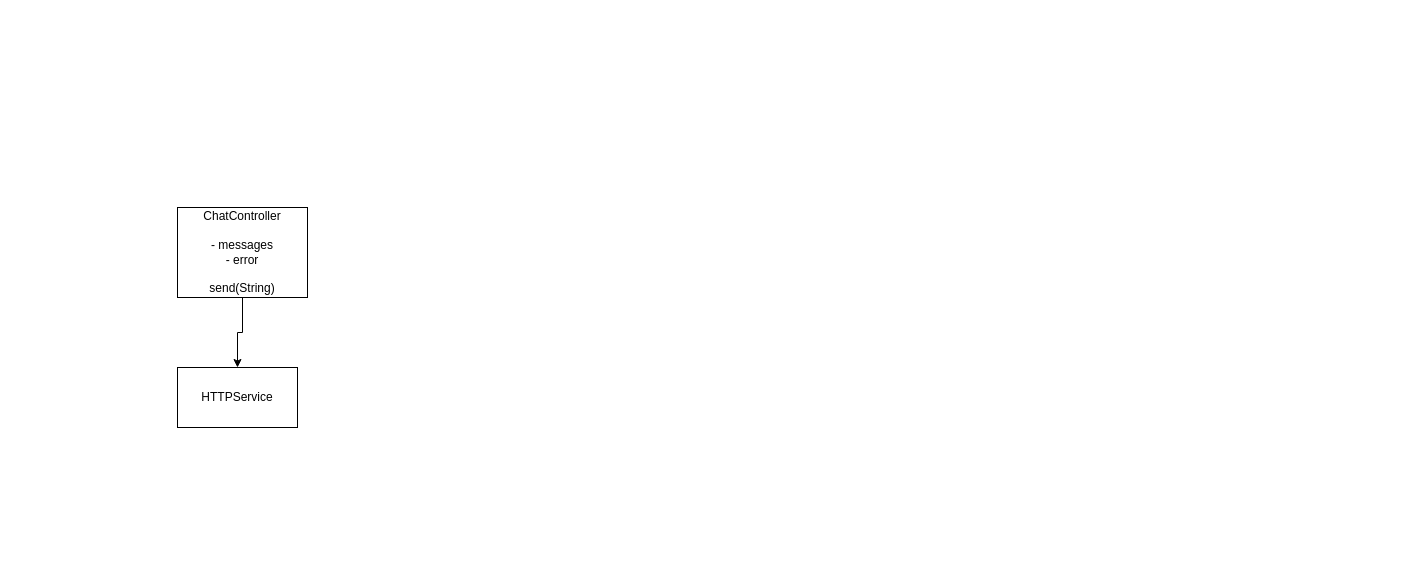
This is DependencyChart.drawio from atmamont/OpenAIBuddy, a draw.io file, before an edit. Source tidied: cells renumbered, new cells numbered last; positions are measured from the earlier drawing's top-left corner, leaving out a move shared by most shapes. Both pictures are drawn from the tidied source at 100%, with x=0, y=0 at pixel (177, 207).
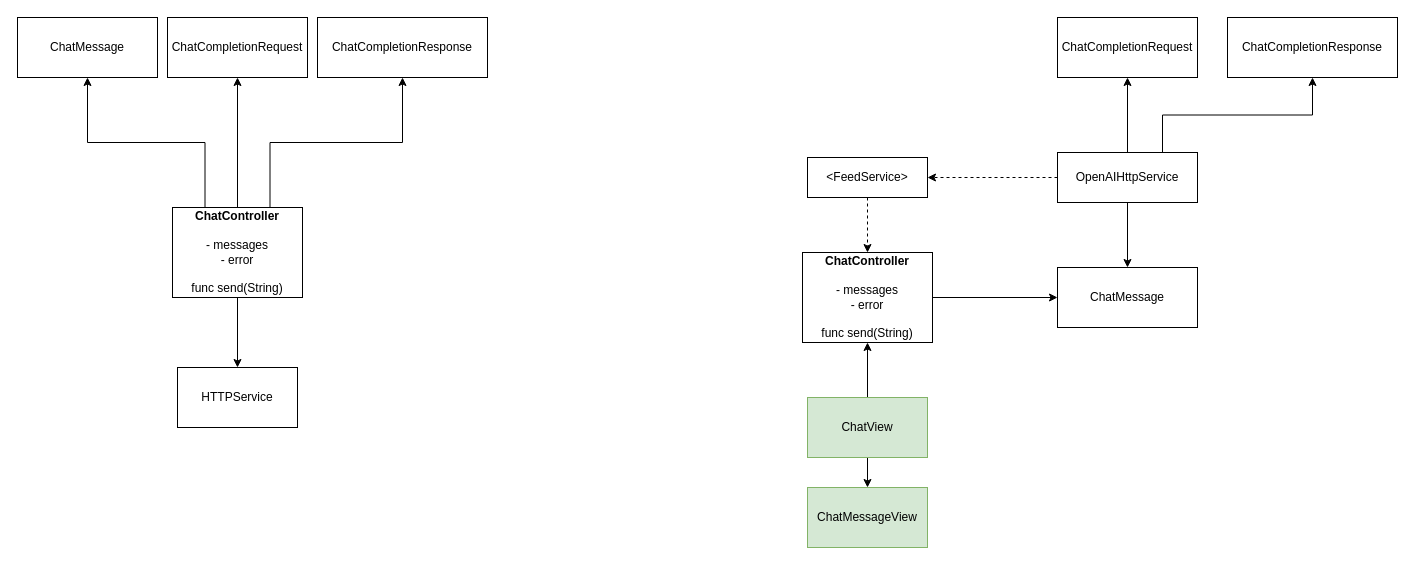
After the change.

Commit message (it also covers changes not shown here):
Add SwiftUI module to diagram

The edit, as a diff of the source:
```diff
@@
+    <mxCell id="5" style="edgeStyle=orthogonalEdgeStyle;rounded=0;jettySize=auto;html=1;exitX=0.25;exitY=1;exitDx=0;exitDy=0;" parent="1" edge="1" source="3" target="10">
+      <mxGeometry relative="1" as="geometry" />
+    </mxCell>
@@
+    <mxCell id="6" style="edgeStyle=orthogonalEdgeStyle;rounded=0;jettySize=auto;html=1;entryX=0.5;entryY=1;entryDx=0;entryDy=0;" parent="1" edge="1" source="3" target="9">
+      <mxGeometry relative="1" as="geometry" />
+    </mxCell>
+    <mxCell id="7" style="edgeStyle=orthogonalEdgeStyle;rounded=0;jettySize=auto;html=1;exitX=0.75;exitY=1;exitDx=0;exitDy=0;entryX=0.5;entryY=1;entryDx=0;entryDy=0;" parent="1" edge="1" source="3" target="8">
+      <mxGeometry relative="1" as="geometry" />
+    </mxCell>
-    <mxCell id="3" value="ChatController&lt;br&gt;&lt;br&gt;- messages&lt;br&gt;- error&lt;br&gt;&lt;br&gt;send(String)&lt;br&gt;" style="rounded=0;whiteSpace=wrap;html=1;direction=west;" parent="1" vertex="1">
-      <mxGeometry width="130" height="90" as="geometry" />
+    <mxCell id="3" value="&lt;b&gt;ChatController&lt;/b&gt;&lt;br&gt;&lt;br&gt;- messages&lt;br&gt;- error&lt;br&gt;&lt;br&gt;func send(String)" style="rounded=0;whiteSpace=wrap;html=1;direction=west;" parent="1" vertex="1">
+      <mxGeometry x="-5" width="130" height="90" as="geometry" />
     </mxCell>
@@
+    <mxCell id="8" value="ChatMessage" style="rounded=0;whiteSpace=wrap;html=1;" parent="1" vertex="1">
+      <mxGeometry x="-160" y="-190" width="140" height="60" as="geometry" />
+    </mxCell>
+    <mxCell id="9" value="ChatCompletionRequest" style="rounded=0;whiteSpace=wrap;html=1;" parent="1" vertex="1">
+      <mxGeometry x="-10" y="-190" width="140" height="60" as="geometry" />
+    </mxCell>
+    <mxCell id="10" value="ChatCompletionResponse" style="text;whiteSpace=wrap;html=1;strokeColor=default;align=center;verticalAlign=middle;" parent="1" vertex="1">
+      <mxGeometry x="140" y="-190" width="170" height="60" as="geometry" />
+    </mxCell>
+    <mxCell id="11" style="edgeStyle=orthogonalEdgeStyle;rounded=0;jettySize=auto;html=1;exitX=0;exitY=0.5;exitDx=0;exitDy=0;entryX=0;entryY=0.5;entryDx=0;entryDy=0;" parent="1" edge="1" source="12" target="18">
+      <mxGeometry relative="1" as="geometry" />
+    </mxCell>
+    <mxCell id="12" value="&lt;b&gt;ChatController&lt;/b&gt;&lt;br&gt;&lt;br&gt;- messages&lt;br&gt;- error&lt;br&gt;&lt;br&gt;func send(String)" style="rounded=0;whiteSpace=wrap;html=1;direction=west;" parent="1" vertex="1">
+      <mxGeometry x="625" y="45" width="130" height="90" as="geometry" />
+    </mxCell>
+    <mxCell id="13" style="edgeStyle=orthogonalEdgeStyle;rounded=0;jettySize=auto;html=1;dashed=1;" parent="1" edge="1" source="17" target="22">
+      <mxGeometry relative="1" as="geometry" />
+    </mxCell>
+    <mxCell id="14" style="edgeStyle=orthogonalEdgeStyle;rounded=0;jettySize=auto;html=1;entryX=0.5;entryY=0;entryDx=0;entryDy=0;" parent="1" edge="1" source="17" target="18">
+      <mxGeometry relative="1" as="geometry" />
+    </mxCell>
+    <mxCell id="15" style="edgeStyle=orthogonalEdgeStyle;rounded=0;jettySize=auto;html=1;entryX=0.5;entryY=1;entryDx=0;entryDy=0;" parent="1" edge="1" source="17" target="19">
+      <mxGeometry relative="1" as="geometry" />
+    </mxCell>
+    <mxCell id="16" style="edgeStyle=orthogonalEdgeStyle;rounded=0;jettySize=auto;html=1;exitX=0.75;exitY=0;exitDx=0;exitDy=0;entryX=0.5;entryY=1;entryDx=0;entryDy=0;" parent="1" edge="1" source="17" target="20">
+      <mxGeometry relative="1" as="geometry" />
+    </mxCell>
+    <mxCell id="17" value="OpenAIHttpService" style="rounded=0;whiteSpace=wrap;html=1;" parent="1" vertex="1">
+      <mxGeometry x="880" y="-55" width="140" height="50" as="geometry" />
+    </mxCell>
+    <mxCell id="18" value="ChatMessage" style="rounded=0;whiteSpace=wrap;html=1;" parent="1" vertex="1">
+      <mxGeometry x="880" y="60" width="140" height="60" as="geometry" />
+    </mxCell>
+    <mxCell id="19" value="ChatCompletionRequest" style="rounded=0;whiteSpace=wrap;html=1;" parent="1" vertex="1">
+      <mxGeometry x="880" y="-190" width="140" height="60" as="geometry" />
+    </mxCell>
+    <mxCell id="20" value="ChatCompletionResponse" style="text;whiteSpace=wrap;html=1;strokeColor=default;align=center;verticalAlign=middle;" parent="1" vertex="1">
+      <mxGeometry x="1050" y="-190" width="170" height="60" as="geometry" />
+    </mxCell>
+    <mxCell id="21" style="edgeStyle=orthogonalEdgeStyle;rounded=0;jettySize=auto;html=1;dashed=1;" parent="1" edge="1" source="22" target="12">
+      <mxGeometry relative="1" as="geometry" />
+    </mxCell>
+    <mxCell id="22" value="&amp;lt;FeedService&amp;gt;" style="rounded=0;whiteSpace=wrap;html=1;" parent="1" vertex="1">
+      <mxGeometry x="630" y="-50" width="120" height="40" as="geometry" />
+    </mxCell>
+    <mxCell id="23" style="edgeStyle=orthogonalEdgeStyle;rounded=0;jettySize=auto;html=1;" parent="1" edge="1" source="25" target="12">
+      <mxGeometry relative="1" as="geometry" />
+    </mxCell>
+    <mxCell id="24" style="edgeStyle=orthogonalEdgeStyle;rounded=0;jettySize=auto;html=1;" parent="1" edge="1" source="25" target="26">
+      <mxGeometry relative="1" as="geometry" />
+    </mxCell>
+    <mxCell id="25" value="ChatView" style="rounded=0;whiteSpace=wrap;html=1;fillColor=#d5e8d4;strokeColor=#82b366;" parent="1" vertex="1">
+      <mxGeometry x="630" y="190" width="120" height="60" as="geometry" />
+    </mxCell>
+    <mxCell id="26" value="ChatMessageView" style="rounded=0;whiteSpace=wrap;html=1;fillColor=#d5e8d4;strokeColor=#82b366;" parent="1" vertex="1">
+      <mxGeometry x="630" y="280" width="120" height="60" as="geometry" />
+    </mxCell>
```
